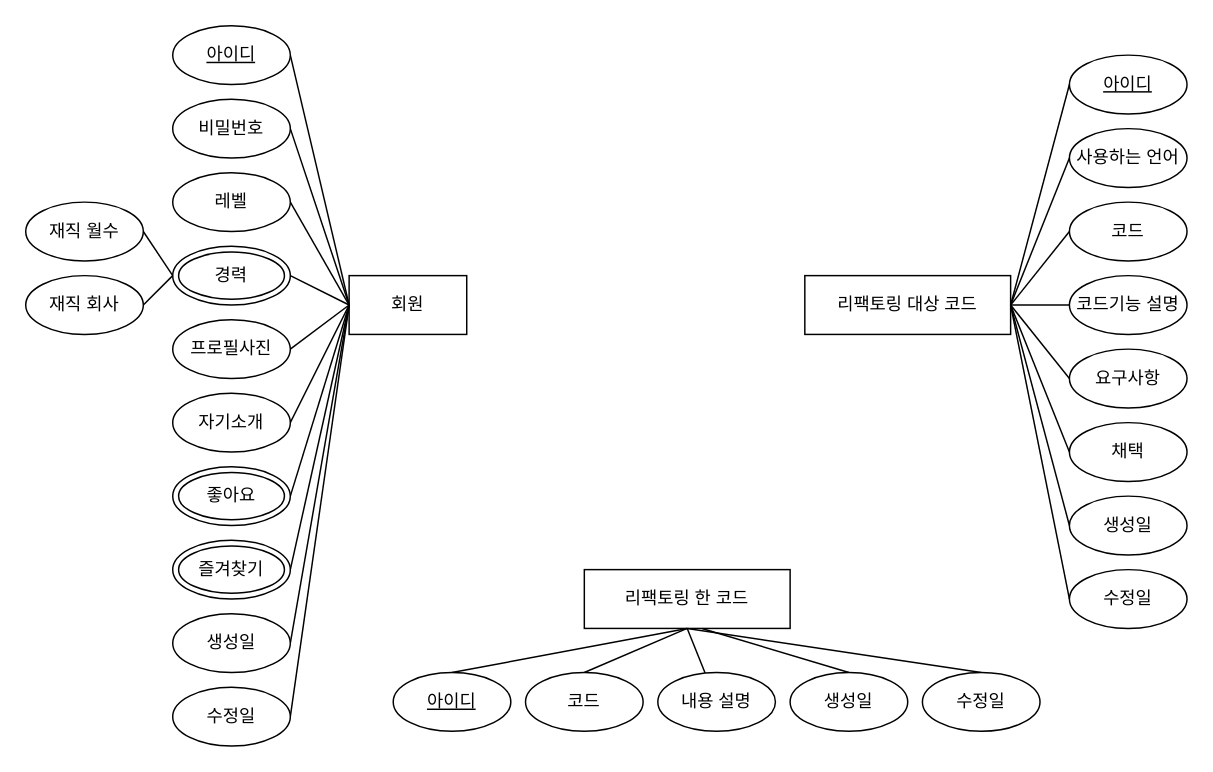
This is erd.drawio from BackFoxx/refactoring-project, a draw.io file, before an edit. Source tidied: cells renumbered, new cells numbered last; positions are measured from the earlier drawing's top-left corner, leaving out a move shared by most shapes. Both pictures are drawn from the tidied source at 147%, with x=0, y=0 at pixel (25, 25).
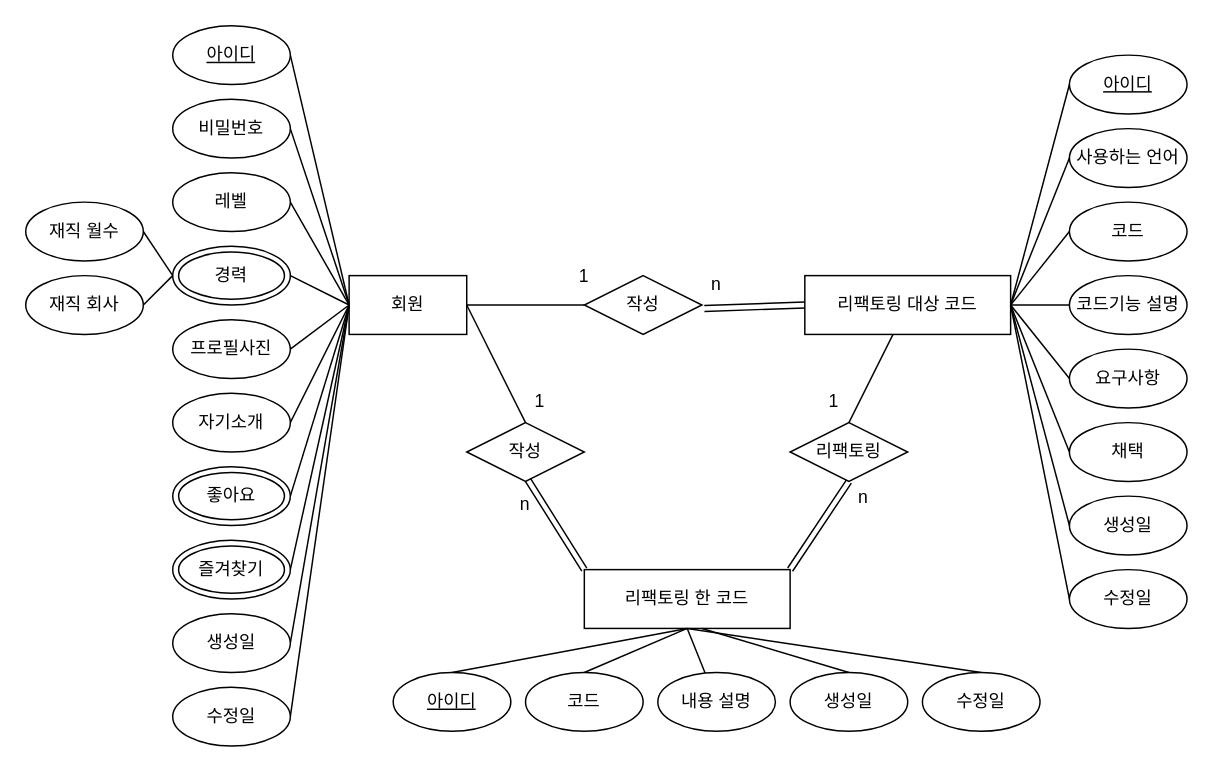
After the change.

Unchanged cells that the change refers to:
```xml
<mxCell id="2" value="회원" style="whiteSpace=wrap;html=1;" parent="1" vertex="1">
  <mxGeometry x="220" y="170" width="80" height="40" as="geometry" />
</mxCell>
<mxCell id="25" value="리팩토링 대상 코드" style="whiteSpace=wrap;html=1;" parent="1" vertex="1">
  <mxGeometry x="530" y="170" width="140" height="40" as="geometry" />
</mxCell>
<mxCell id="43" value="리팩토링 한 코드" style="whiteSpace=wrap;html=1;" parent="1" vertex="1">
  <mxGeometry x="380" y="370" width="140" height="40" as="geometry" />
</mxCell>
```

What changed in the source:
```diff
@@
+    <mxCell id="55" style="edgeStyle=none;rounded=0;jettySize=auto;html=1;entryX=0;entryY=0.5;entryDx=0;entryDy=0;endArrow=none;endFill=0;exitX=1;exitY=0.5;exitDx=0;exitDy=0;" parent="1" edge="1" source="2" target="57">
+      <mxGeometry relative="1" as="geometry" />
+    </mxCell>
@@
+    <mxCell id="56" style="edgeStyle=none;rounded=0;jettySize=auto;html=1;entryX=0.5;entryY=0;entryDx=0;entryDy=0;endArrow=none;endFill=0;startArrow=none;" parent="1" edge="1" source="65" target="60">
+      <mxGeometry relative="1" as="geometry" />
+    </mxCell>
@@
+    <mxCell id="57" value="작성" style="rhombus;whiteSpace=wrap;html=1;" parent="1" vertex="1">
+      <mxGeometry x="380" y="170" width="80" height="40" as="geometry" />
+    </mxCell>
+    <mxCell id="58" style="edgeStyle=none;rounded=0;jettySize=auto;html=1;entryX=1;entryY=0.5;entryDx=0;entryDy=0;endArrow=none;endFill=0;exitX=0.5;exitY=0;exitDx=0;exitDy=0;" parent="1" edge="1" source="59" target="2">
+      <mxGeometry relative="1" as="geometry" />
+    </mxCell>
+    <mxCell id="59" value="작성" style="rhombus;whiteSpace=wrap;html=1;" parent="1" vertex="1">
+      <mxGeometry x="300" y="270" width="80" height="40" as="geometry" />
+    </mxCell>
+    <mxCell id="60" value="리팩토링" style="rhombus;whiteSpace=wrap;html=1;" parent="1" vertex="1">
+      <mxGeometry x="520" y="270" width="80" height="40" as="geometry" />
+    </mxCell>
+    <mxCell id="61" value="1" style="text;strokeColor=none;fillColor=none;align=center;verticalAlign=middle;spacingLeft=4;spacingRight=4;overflow=hidden;" parent="1" vertex="1">
+      <mxGeometry x="320" y="240" width="60" height="30" as="geometry" />
+    </mxCell>
+    <mxCell id="62" value="n" style="text;strokeColor=none;fillColor=none;align=center;verticalAlign=middle;spacingLeft=4;spacingRight=4;overflow=hidden;points=[[0,0.5],[1,0.5]];portConstraint=eastwest;" parent="1" vertex="1">
+      <mxGeometry x="310" y="310" width="60" height="30" as="geometry" />
+    </mxCell>
+    <mxCell id="63" value="1" style="text;strokeColor=none;fillColor=none;align=center;verticalAlign=middle;spacingLeft=4;spacingRight=4;overflow=hidden;" parent="1" vertex="1">
+      <mxGeometry x="350" y="155" width="60" height="30" as="geometry" />
+    </mxCell>
+    <mxCell id="64" value="n" style="text;strokeColor=none;fillColor=none;align=center;verticalAlign=middle;spacingLeft=4;spacingRight=4;overflow=hidden;points=[[0,0.5],[1,0.5]];portConstraint=eastwest;" parent="1" vertex="1">
+      <mxGeometry x="440" y="160" width="60" height="30" as="geometry" />
+    </mxCell>
+    <mxCell id="65" value="1" style="text;strokeColor=none;fillColor=none;align=center;verticalAlign=middle;spacingLeft=4;spacingRight=4;overflow=hidden;points=[[0,0.5],[1,0.5]];portConstraint=eastwest;" parent="1" vertex="1">
+      <mxGeometry x="520" y="240" width="60" height="30" as="geometry" />
+    </mxCell>
+    <mxCell id="66" style="edgeStyle=none;rounded=0;jettySize=auto;html=1;endArrow=none;endFill=0;" parent="1" edge="1" source="25">
+      <mxGeometry relative="1" as="geometry">
+        <mxPoint x="560" y="270" as="targetPoint" />
+      </mxGeometry>
+    </mxCell>
+    <mxCell id="67" value="n" style="text;strokeColor=none;fillColor=none;align=center;verticalAlign=middle;spacingLeft=4;spacingRight=4;overflow=hidden;" parent="1" vertex="1">
+      <mxGeometry x="550" y="305" width="40" height="30" as="geometry" />
+    </mxCell>
+    <mxCell id="68" style="shape=link;html=1;rounded=0;endArrow=none;endFill=0;exitX=0.361;exitY=1.078;exitDx=0;exitDy=0;exitPerimeter=0;entryX=0;entryY=0.5;entryDx=0;entryDy=0;" parent="1" edge="1" source="64" target="25">
+      <mxGeometry relative="1" as="geometry" />
+    </mxCell>
+    <mxCell id="69" style="shape=link;html=1;rounded=0;endArrow=none;endFill=0;exitX=1;exitY=0;exitDx=0;exitDy=0;" parent="1" edge="1" source="43">
+      <mxGeometry relative="1" as="geometry">
+        <mxPoint x="560" y="310" as="targetPoint" />
+      </mxGeometry>
+    </mxCell>
+    <mxCell id="70" style="shape=link;html=1;rounded=0;endArrow=none;endFill=0;exitX=1;exitY=0;exitDx=0;exitDy=0;entryX=0.528;entryY=-0.033;entryDx=0;entryDy=0;entryPerimeter=0;" parent="1" edge="1" target="62">
+      <mxGeometry relative="1" as="geometry">
+        <mxPoint x="380" y="370" as="sourcePoint" />
+      </mxGeometry>
+    </mxCell>
```
